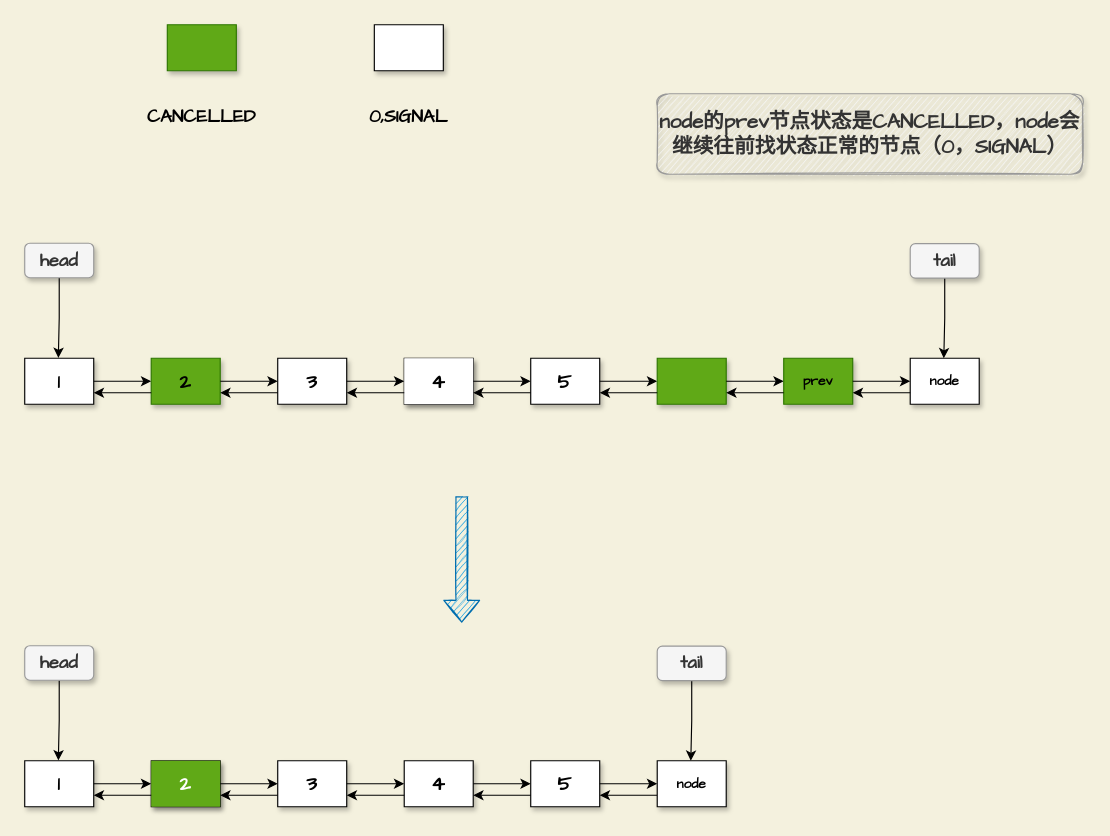
The draw.io diagram page "LOST-CANCELLED" (5 of 6) of thread/AQS-NEW.drawio in mydlxy/draw, before the edit. Source tidied: cells renumbered, new cells numbered last; positions are measured from the earlier drawing's top-left corner, leaving out a move shared by most shapes. Both pictures are drawn from the tidied source at 115%, with x=0, y=0 at pixel (24, 24).
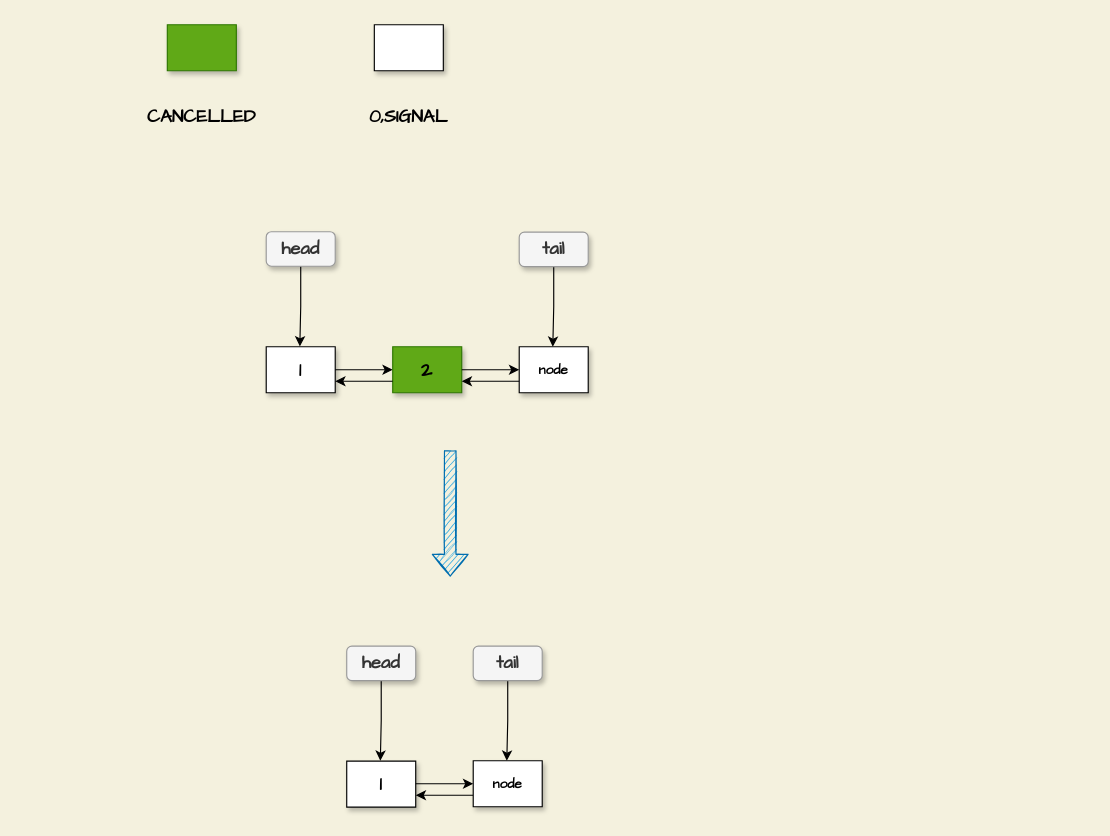
The same diagram, later.

The change refers to these unchanged cells:
```xml
<mxCell id="3" style="shape=tableRow;horizontal=0;startSize=0;swimlaneHead=0;swimlaneBody=0;top=0;left=0;bottom=0;right=0;fillColor=none;points=[[0,0.5],[1,0.5]];portConstraint=eastwest;shadow=1;" parent="2" vertex="1">
  <mxGeometry width="60" height="40" as="geometry" />
</mxCell>
<mxCell id="54" style="shape=tableRow;horizontal=0;startSize=0;swimlaneHead=0;swimlaneBody=0;top=0;left=0;bottom=0;right=0;fillColor=none;points=[[0,0.5],[1,0.5]];portConstraint=eastwest;shadow=1;" parent="53" vertex="1">
  <mxGeometry width="60" height="40" as="geometry" />
</mxCell>
```

Change to the diagram source:
```diff
@@
     <mxCell id="2" style="shape=table;startSize=0;childLayout=tableLayout;shadow=1;" parent="1" vertex="1">
-      <mxGeometry y="290" width="60" height="40" as="geometry" />
+      <mxGeometry x="210" y="280" width="60" height="40" as="geometry" />
     </mxCell>
@@
     <mxCell id="5" style="edgeStyle=orthogonalEdgeStyle;rounded=0;jettySize=auto;html=1;" parent="1" edge="1" source="3">
       <mxGeometry relative="1" as="geometry">
-        <mxPoint x="110" y="310" as="targetPoint" />
+        <mxPoint x="320" y="300" as="targetPoint" />
       </mxGeometry>
     </mxCell>
     <mxCell id="6" style="shape=table;startSize=0;childLayout=tableLayout;shadow=1;fillColor=#60a917;fontColor=#ffffff;strokeColor=#2D7600;" parent="1" vertex="1">
-      <mxGeometry x="110" y="290" width="60" height="40" as="geometry" />
+      <mxGeometry x="320" y="280" width="60" height="40" as="geometry" />
     </mxCell>
@@
     <mxCell id="9" style="edgeStyle=orthogonalEdgeStyle;rounded=0;orthogonalLoop=1;jettySize=auto;html=1;" parent="1" edge="1">
       <mxGeometry relative="1" as="geometry">
-        <mxPoint x="110" y="320" as="sourcePoint" />
-        <mxPoint x="60" y="320" as="targetPoint" />
+        <mxPoint x="320" y="310" as="sourcePoint" />
+        <mxPoint x="270" y="310" as="targetPoint" />
       </mxGeometry>
     </mxCell>
-    <mxCell id="10" style="edgeStyle=orthogonalEdgeStyle;rounded=0;orthogonalLoop=1;jettySize=auto;html=1;" parent="1" edge="1">
-      <mxGeometry relative="1" as="geometry">
-        <mxPoint x="170" y="310" as="sourcePoint" />
-        <mxPoint x="220" y="310" as="targetPoint" />
-      </mxGeometry>
-    </mxCell>
-    <mxCell id="11" style="shape=table;startSize=0;childLayout=tableLayout;shadow=1;" parent="1" vertex="1">
-      <mxGeometry x="220" y="290" width="60" height="40" as="geometry" />
-    </mxCell>
-    <mxCell id="12" style="shape=tableRow;horizontal=0;startSize=0;swimlaneHead=0;swimlaneBody=0;top=0;left=0;bottom=0;right=0;fillColor=none;shadow=1;" parent="11" vertex="1">
-      <mxGeometry width="60" height="40" as="geometry" />
-    </mxCell>
-    <mxCell id="13" value="&lt;font face=&quot;Comic Sans MS&quot; style=&quot;font-size: 18px;&quot;&gt;&lt;b&gt;3&lt;/b&gt;&lt;/font&gt;" style="shape=partialRectangle;html=1;whiteSpace=wrap;overflow=hidden;fillColor=none;top=0;left=0;bottom=0;right=0;shadow=1;" parent="12" vertex="1">
-      <mxGeometry width="60" height="40" as="geometry" />
-    </mxCell>
-    <mxCell id="14" style="edgeStyle=orthogonalEdgeStyle;rounded=0;orthogonalLoop=1;jettySize=auto;html=1;" parent="1" edge="1">
-      <mxGeometry relative="1" as="geometry">
-        <mxPoint x="220" y="320" as="sourcePoint" />
-        <mxPoint x="170" y="320" as="targetPoint" />
-      </mxGeometry>
-    </mxCell>
-    <mxCell id="15" style="edgeStyle=orthogonalEdgeStyle;rounded=0;orthogonalLoop=1;jettySize=auto;html=1;" parent="1" edge="1">
-      <mxGeometry relative="1" as="geometry">
-        <mxPoint x="280" y="310" as="sourcePoint" />
-        <mxPoint x="330" y="310" as="targetPoint" />
-      </mxGeometry>
-    </mxCell>
-    <mxCell id="16" style="shape=table;startSize=0;childLayout=tableLayout;shadow=1;" parent="1" vertex="1">
-      <mxGeometry x="330" y="290" width="60" height="40" as="geometry" />
-    </mxCell>
-    <mxCell id="17" style="shape=tableRow;horizontal=0;startSize=0;swimlaneHead=0;swimlaneBody=0;top=0;left=0;bottom=0;right=0;fillColor=none;shadow=1;" parent="16" vertex="1">
-      <mxGeometry width="60" height="40" as="geometry" />
-    </mxCell>
-    <mxCell id="18" value="&lt;b&gt;&lt;font style=&quot;font-size: 18px;&quot; face=&quot;Comic Sans MS&quot;&gt;4&lt;/font&gt;&lt;/b&gt;" style="shape=partialRectangle;html=1;whiteSpace=wrap;overflow=hidden;top=0;left=0;bottom=0;right=0;shadow=1;" parent="17" vertex="1">
-      <mxGeometry width="60" height="40" as="geometry" />
-    </mxCell>
-    <mxCell id="19" style="edgeStyle=orthogonalEdgeStyle;rounded=0;orthogonalLoop=1;jettySize=auto;html=1;" parent="1" edge="1">
-      <mxGeometry relative="1" as="geometry">
-        <mxPoint x="330" y="320" as="sourcePoint" />
-        <mxPoint x="280" y="320" as="targetPoint" />
-      </mxGeometry>
-    </mxCell>
-    <mxCell id="20" style="edgeStyle=orthogonalEdgeStyle;rounded=0;orthogonalLoop=1;jettySize=auto;html=1;" parent="1" edge="1">
-      <mxGeometry relative="1" as="geometry">
-        <mxPoint x="390" y="310" as="sourcePoint" />
-        <mxPoint x="440" y="310" as="targetPoint" />
-      </mxGeometry>
-    </mxCell>
-    <mxCell id="21" style="shape=table;startSize=0;childLayout=tableLayout;shadow=1;" parent="1" vertex="1">
-      <mxGeometry x="440" y="290" width="60" height="40" as="geometry" />
-    </mxCell>
-    <mxCell id="22" style="shape=tableRow;horizontal=0;startSize=0;swimlaneHead=0;swimlaneBody=0;top=0;left=0;bottom=0;right=0;fillColor=none;shadow=1;" parent="21" vertex="1">
-      <mxGeometry width="60" height="40" as="geometry" />
-    </mxCell>
-    <mxCell id="23" value="&lt;b&gt;&lt;font style=&quot;font-size: 18px;&quot; face=&quot;Comic Sans MS&quot;&gt;5&lt;/font&gt;&lt;/b&gt;" style="shape=partialRectangle;html=1;whiteSpace=wrap;overflow=hidden;fillColor=none;top=0;left=0;bottom=0;right=0;shadow=1;" parent="22" vertex="1">
-      <mxGeometry width="60" height="40" as="geometry" />
-    </mxCell>
-    <mxCell id="24" style="edgeStyle=orthogonalEdgeStyle;rounded=0;orthogonalLoop=1;jettySize=auto;html=1;" parent="1" edge="1">
-      <mxGeometry relative="1" as="geometry">
-        <mxPoint x="440" y="320" as="sourcePoint" />
-        <mxPoint x="390" y="320" as="targetPoint" />
-      </mxGeometry>
-    </mxCell>
-    <mxCell id="25" style="edgeStyle=orthogonalEdgeStyle;rounded=0;orthogonalLoop=1;jettySize=auto;html=1;" parent="1" edge="1">
-      <mxGeometry relative="1" as="geometry">
-        <mxPoint x="500" y="310" as="sourcePoint" />
-        <mxPoint x="550" y="310" as="targetPoint" />
-      </mxGeometry>
-    </mxCell>
-    <mxCell id="26" style="shape=table;startSize=0;childLayout=tableLayout;shadow=1;fillColor=#60a917;fontColor=#ffffff;strokeColor=#2D7600;" parent="1" vertex="1">
-      <mxGeometry x="550" y="290" width="60" height="40" as="geometry" />
-    </mxCell>
-    <mxCell id="27" style="shape=tableRow;horizontal=0;startSize=0;swimlaneHead=0;swimlaneBody=0;top=0;left=0;bottom=0;right=0;fillColor=none;shadow=1;" parent="26" vertex="1">
-      <mxGeometry width="60" height="40" as="geometry" />
-    </mxCell>
-    <mxCell id="28" style="shape=partialRectangle;html=1;whiteSpace=wrap;overflow=hidden;fillColor=none;top=0;left=0;bottom=0;right=0;shadow=1;" parent="27" vertex="1">
-      <mxGeometry width="60" height="40" as="geometry" />
-    </mxCell>
-    <mxCell id="29" style="edgeStyle=orthogonalEdgeStyle;rounded=0;orthogonalLoop=1;jettySize=auto;html=1;" parent="1" edge="1">
-      <mxGeometry relative="1" as="geometry">
-        <mxPoint x="550" y="320" as="sourcePoint" />
-        <mxPoint x="500" y="320" as="targetPoint" />
-      </mxGeometry>
-    </mxCell>
@@
     <mxCell id="31" value="&lt;font style=&quot;font-size: 16px;&quot; face=&quot;Comic Sans MS&quot;&gt;&lt;b&gt;head&lt;/b&gt;&lt;/font&gt;" style="text;html=1;strokeColor=#999999;fillColor=#f5f5f5;align=center;verticalAlign=middle;whiteSpace=wrap;rounded=1;shadow=1;fontColor=#333333;" parent="1" vertex="1">
-      <mxGeometry y="190" width="60" height="30" as="geometry" />
+      <mxGeometry x="210" y="180" width="60" height="30" as="geometry" />
     </mxCell>
     <mxCell id="32" style="edgeStyle=orthogonalEdgeStyle;rounded=0;jettySize=auto;html=1;entryX=0.487;entryY=-0.007;entryDx=0;entryDy=0;entryPerimeter=0;fontFamily=Comic Sans MS;fontSize=16;" parent="1" edge="1" source="33">
       <mxGeometry relative="1" as="geometry">
-        <mxPoint x="799.2" y="290" as="targetPoint" />
+        <mxPoint x="459.2" y="280" as="targetPoint" />
       </mxGeometry>
     </mxCell>
     <mxCell id="33" value="&lt;font style=&quot;font-size: 16px;&quot; face=&quot;Comic Sans MS&quot;&gt;&lt;b&gt;tail&lt;/b&gt;&lt;/font&gt;" style="text;html=1;strokeColor=#999999;fillColor=#f5f5f5;align=center;verticalAlign=middle;whiteSpace=wrap;rounded=1;shadow=1;fontColor=#333333;" parent="1" vertex="1">
-      <mxGeometry x="770" y="190.3" width="60" height="30" as="geometry" />
+      <mxGeometry x="430" y="180.3" width="60" height="30" as="geometry" />
     </mxCell>
-    <mxCell id="34" style="edgeStyle=orthogonalEdgeStyle;rounded=0;orthogonalLoop=1;jettySize=auto;html=1;" parent="1" edge="1">
-      <mxGeometry relative="1" as="geometry">
-        <mxPoint x="610" y="310" as="sourcePoint" />
-        <mxPoint x="660" y="310" as="targetPoint" />
-      </mxGeometry>
-    </mxCell>
-    <mxCell id="35" style="shape=table;startSize=0;childLayout=tableLayout;shadow=1;fillColor=#60a917;fontColor=#ffffff;strokeColor=#2D7600;" parent="1" vertex="1">
-      <mxGeometry x="660" y="290" width="60" height="40" as="geometry" />
-    </mxCell>
-    <mxCell id="36" style="shape=tableRow;horizontal=0;startSize=0;swimlaneHead=0;swimlaneBody=0;top=0;left=0;bottom=0;right=0;fillColor=none;shadow=1;" parent="35" vertex="1">
-      <mxGeometry width="60" height="40" as="geometry" />
-    </mxCell>
-    <mxCell id="37" value="&lt;font face=&quot;Comic Sans MS&quot;&gt;&lt;b&gt;prev&lt;/b&gt;&lt;/font&gt;" style="shape=partialRectangle;html=1;whiteSpace=wrap;overflow=hidden;fillColor=none;top=0;left=0;bottom=0;right=0;shadow=1;" parent="36" vertex="1">
-      <mxGeometry width="60" height="40" as="geometry" />
-    </mxCell>
-    <mxCell id="38" style="edgeStyle=orthogonalEdgeStyle;rounded=0;orthogonalLoop=1;jettySize=auto;html=1;" parent="1" edge="1">
-      <mxGeometry relative="1" as="geometry">
-        <mxPoint x="660" y="320" as="sourcePoint" />
-        <mxPoint x="610" y="320" as="targetPoint" />
-      </mxGeometry>
-    </mxCell>
     <mxCell id="39" style="edgeStyle=orthogonalEdgeStyle;rounded=0;orthogonalLoop=1;jettySize=auto;html=1;" parent="1" edge="1">
       <mxGeometry relative="1" as="geometry">
-        <mxPoint x="720" y="310" as="sourcePoint" />
-        <mxPoint x="770" y="310" as="targetPoint" />
+        <mxPoint x="380" y="300" as="sourcePoint" />
+        <mxPoint x="430" y="300" as="targetPoint" />
       </mxGeometry>
     </mxCell>
     <mxCell id="40" style="shape=table;startSize=0;childLayout=tableLayout;shadow=1;" parent="1" vertex="1">
-      <mxGeometry x="770" y="290" width="60" height="40" as="geometry" />
+      <mxGeometry x="430" y="280" width="60" height="40" as="geometry" />
     </mxCell>
@@
     <mxCell id="43" style="edgeStyle=orthogonalEdgeStyle;rounded=0;orthogonalLoop=1;jettySize=auto;html=1;" parent="1" edge="1">
       <mxGeometry relative="1" as="geometry">
-        <mxPoint x="770" y="320" as="sourcePoint" />
-        <mxPoint x="720" y="320" as="targetPoint" />
+        <mxPoint x="430" y="310" as="sourcePoint" />
+        <mxPoint x="380" y="310" as="targetPoint" />
       </mxGeometry>
     </mxCell>
@@
     <mxCell id="52" style="shape=flexArrow;endArrow=classic;html=1;rounded=0;fontFamily=Comic Sans MS;fontSize=16;fillColor=#1ba1e2;strokeColor=#006EAF;sketch=1;" parent="1" edge="1">
       <mxGeometry relative="1" as="geometry">
-        <mxPoint x="380" y="410" as="sourcePoint" />
-        <mxPoint x="380" y="520" as="targetPoint" />
+        <mxPoint x="370" y="370" as="sourcePoint" />
+        <mxPoint x="370" y="480" as="targetPoint" />
       </mxGeometry>
     </mxCell>
     <mxCell id="53" style="shape=table;startSize=0;childLayout=tableLayout;shadow=1;" parent="1" vertex="1">
-      <mxGeometry y="640" width="60" height="40" as="geometry" />
+      <mxGeometry x="280" y="640.3" width="60" height="40" as="geometry" />
     </mxCell>
@@
-    <mxCell id="56" style="edgeStyle=orthogonalEdgeStyle;rounded=0;jettySize=auto;html=1;" parent="1" edge="1" source="54">
-      <mxGeometry relative="1" as="geometry">
-        <mxPoint x="110" y="660" as="targetPoint" />
-      </mxGeometry>
-    </mxCell>
-    <mxCell id="57" style="shape=table;startSize=0;childLayout=tableLayout;shadow=1;" parent="1" vertex="1">
-      <mxGeometry x="110" y="640" width="60" height="40" as="geometry" />
-    </mxCell>
-    <mxCell id="58" style="shape=tableRow;horizontal=0;startSize=0;swimlaneHead=0;swimlaneBody=0;top=0;left=0;bottom=0;right=0;fillColor=none;shadow=1;" parent="57" vertex="1">
-      <mxGeometry width="60" height="40" as="geometry" />
-    </mxCell>
-    <mxCell id="59" value="&lt;font face=&quot;Comic Sans MS&quot; style=&quot;font-size: 18px;&quot;&gt;&lt;b&gt;2&lt;/b&gt;&lt;/font&gt;" style="shape=partialRectangle;html=1;whiteSpace=wrap;overflow=hidden;fillColor=#60a917;top=0;left=0;bottom=0;right=0;shadow=1;fontColor=#ffffff;strokeColor=#2D7600;" parent="58" vertex="1">
-      <mxGeometry width="60" height="40" as="geometry" />
-    </mxCell>
-    <mxCell id="60" style="edgeStyle=orthogonalEdgeStyle;rounded=0;orthogonalLoop=1;jettySize=auto;html=1;" parent="1" edge="1">
-      <mxGeometry relative="1" as="geometry">
-        <mxPoint x="110" y="670" as="sourcePoint" />
-        <mxPoint x="60" y="670" as="targetPoint" />
-      </mxGeometry>
-    </mxCell>
-    <mxCell id="61" style="edgeStyle=orthogonalEdgeStyle;rounded=0;orthogonalLoop=1;jettySize=auto;html=1;" parent="1" edge="1">
-      <mxGeometry relative="1" as="geometry">
-        <mxPoint x="170" y="660" as="sourcePoint" />
-        <mxPoint x="220" y="660" as="targetPoint" />
-      </mxGeometry>
-    </mxCell>
-    <mxCell id="62" style="shape=table;startSize=0;childLayout=tableLayout;shadow=1;" parent="1" vertex="1">
-      <mxGeometry x="220" y="640" width="60" height="40" as="geometry" />
-    </mxCell>
-    <mxCell id="63" style="shape=tableRow;horizontal=0;startSize=0;swimlaneHead=0;swimlaneBody=0;top=0;left=0;bottom=0;right=0;fillColor=none;shadow=1;" parent="62" vertex="1">
-      <mxGeometry width="60" height="40" as="geometry" />
-    </mxCell>
-    <mxCell id="64" value="&lt;b&gt;&lt;font face=&quot;Comic Sans MS&quot; style=&quot;font-size: 18px;&quot;&gt;3&lt;/font&gt;&lt;/b&gt;" style="shape=partialRectangle;html=1;whiteSpace=wrap;overflow=hidden;fillColor=none;top=0;left=0;bottom=0;right=0;shadow=1;" parent="63" vertex="1">
-      <mxGeometry width="60" height="40" as="geometry" />
-    </mxCell>
-    <mxCell id="65" style="edgeStyle=orthogonalEdgeStyle;rounded=0;orthogonalLoop=1;jettySize=auto;html=1;" parent="1" edge="1">
-      <mxGeometry relative="1" as="geometry">
-        <mxPoint x="220" y="670" as="sourcePoint" />
-        <mxPoint x="170" y="670" as="targetPoint" />
-      </mxGeometry>
-    </mxCell>
-    <mxCell id="66" style="edgeStyle=orthogonalEdgeStyle;rounded=0;orthogonalLoop=1;jettySize=auto;html=1;" parent="1" edge="1">
-      <mxGeometry relative="1" as="geometry">
-        <mxPoint x="280" y="660" as="sourcePoint" />
-        <mxPoint x="330" y="660" as="targetPoint" />
-      </mxGeometry>
-    </mxCell>
-    <mxCell id="67" style="shape=table;startSize=0;childLayout=tableLayout;shadow=1;" parent="1" vertex="1">
-      <mxGeometry x="330" y="640" width="60" height="40" as="geometry" />
-    </mxCell>
-    <mxCell id="68" style="shape=tableRow;horizontal=0;startSize=0;swimlaneHead=0;swimlaneBody=0;top=0;left=0;bottom=0;right=0;fillColor=none;shadow=1;" parent="67" vertex="1">
-      <mxGeometry width="60" height="40" as="geometry" />
-    </mxCell>
-    <mxCell id="69" value="&lt;b&gt;&lt;font style=&quot;font-size: 18px;&quot; face=&quot;Comic Sans MS&quot;&gt;4&lt;/font&gt;&lt;/b&gt;" style="shape=partialRectangle;html=1;whiteSpace=wrap;overflow=hidden;fillColor=none;top=0;left=0;bottom=0;right=0;shadow=1;" parent="68" vertex="1">
-      <mxGeometry width="60" height="40" as="geometry" />
-    </mxCell>
-    <mxCell id="70" style="edgeStyle=orthogonalEdgeStyle;rounded=0;orthogonalLoop=1;jettySize=auto;html=1;" parent="1" edge="1">
-      <mxGeometry relative="1" as="geometry">
-        <mxPoint x="330" y="670" as="sourcePoint" />
-        <mxPoint x="280" y="670" as="targetPoint" />
-      </mxGeometry>
-    </mxCell>
-    <mxCell id="71" style="edgeStyle=orthogonalEdgeStyle;rounded=0;orthogonalLoop=1;jettySize=auto;html=1;" parent="1" edge="1">
-      <mxGeometry relative="1" as="geometry">
-        <mxPoint x="390" y="660" as="sourcePoint" />
-        <mxPoint x="440" y="660" as="targetPoint" />
-      </mxGeometry>
-    </mxCell>
-    <mxCell id="72" style="shape=table;startSize=0;childLayout=tableLayout;shadow=1;" parent="1" vertex="1">
-      <mxGeometry x="440" y="640" width="60" height="40" as="geometry" />
-    </mxCell>
-    <mxCell id="73" style="shape=tableRow;horizontal=0;startSize=0;swimlaneHead=0;swimlaneBody=0;top=0;left=0;bottom=0;right=0;fillColor=none;shadow=1;" parent="72" vertex="1">
-      <mxGeometry width="60" height="40" as="geometry" />
-    </mxCell>
-    <mxCell id="74" value="&lt;b&gt;&lt;font style=&quot;font-size: 18px;&quot; face=&quot;Comic Sans MS&quot;&gt;5&lt;/font&gt;&lt;/b&gt;" style="shape=partialRectangle;html=1;whiteSpace=wrap;overflow=hidden;fillColor=none;top=0;left=0;bottom=0;right=0;shadow=1;" parent="73" vertex="1">
-      <mxGeometry width="60" height="40" as="geometry" />
-    </mxCell>
-    <mxCell id="75" style="edgeStyle=orthogonalEdgeStyle;rounded=0;orthogonalLoop=1;jettySize=auto;html=1;" parent="1" edge="1">
-      <mxGeometry relative="1" as="geometry">
-        <mxPoint x="440" y="670" as="sourcePoint" />
-        <mxPoint x="390" y="670" as="targetPoint" />
-      </mxGeometry>
-    </mxCell>
     <mxCell id="76" style="edgeStyle=orthogonalEdgeStyle;rounded=0;orthogonalLoop=1;jettySize=auto;html=1;" parent="1" edge="1">
       <mxGeometry relative="1" as="geometry">
-        <mxPoint x="500" y="660" as="sourcePoint" />
-        <mxPoint x="550" y="660" as="targetPoint" />
+        <mxPoint x="340" y="660" as="sourcePoint" />
+        <mxPoint x="390" y="660" as="targetPoint" />
       </mxGeometry>
     </mxCell>
     <mxCell id="77" style="edgeStyle=orthogonalEdgeStyle;rounded=0;orthogonalLoop=1;jettySize=auto;html=1;" parent="1" edge="1">
       <mxGeometry relative="1" as="geometry">
-        <mxPoint x="550" y="670" as="sourcePoint" />
-        <mxPoint x="500" y="670" as="targetPoint" />
+        <mxPoint x="390" y="670" as="sourcePoint" />
+        <mxPoint x="340" y="670" as="targetPoint" />
       </mxGeometry>
     </mxCell>
@@
     <mxCell id="79" value="&lt;font style=&quot;font-size: 16px;&quot; face=&quot;Comic Sans MS&quot;&gt;&lt;b&gt;head&lt;/b&gt;&lt;/font&gt;" style="text;html=1;strokeColor=#999999;fillColor=#f5f5f5;align=center;verticalAlign=middle;whiteSpace=wrap;rounded=1;shadow=1;fontColor=#333333;" parent="1" vertex="1">
-      <mxGeometry y="540" width="60" height="30" as="geometry" />
+      <mxGeometry x="280" y="540.3" width="60" height="30" as="geometry" />
     </mxCell>
     <mxCell id="80" style="edgeStyle=orthogonalEdgeStyle;rounded=0;jettySize=auto;html=1;entryX=0.487;entryY=-0.007;entryDx=0;entryDy=0;entryPerimeter=0;fontFamily=Comic Sans MS;fontSize=16;" parent="1" edge="1" source="81">
       <mxGeometry relative="1" as="geometry">
-        <mxPoint x="579.2" y="640" as="targetPoint" />
+        <mxPoint x="419.2" y="640" as="targetPoint" />
       </mxGeometry>
     </mxCell>
     <mxCell id="81" value="&lt;font style=&quot;font-size: 16px;&quot; face=&quot;Comic Sans MS&quot;&gt;&lt;b&gt;tail&lt;/b&gt;&lt;/font&gt;" style="text;html=1;strokeColor=#999999;fillColor=#f5f5f5;align=center;verticalAlign=middle;whiteSpace=wrap;rounded=1;shadow=1;fontColor=#333333;" parent="1" vertex="1">
-      <mxGeometry x="550" y="540.3" width="60" height="30" as="geometry" />
+      <mxGeometry x="390" y="540.3" width="60" height="30" as="geometry" />
     </mxCell>
     <mxCell id="82" style="shape=table;startSize=0;childLayout=tableLayout;shadow=1;" parent="1" vertex="1">
-      <mxGeometry x="550" y="640" width="60" height="40" as="geometry" />
+      <mxGeometry x="390" y="640" width="60" height="40" as="geometry" />
     </mxCell>
@@
-    <mxCell id="85" value="&lt;font style=&quot;font-size: 18px;&quot;&gt;&lt;b&gt;node的prev节点状态是CANCELLED，node会继续往前找状态正常的节点（0，SIGNAL）&lt;/b&gt;&lt;/font&gt;" style="rounded=1;whiteSpace=wrap;html=1;sketch=1;fontFamily=Comic Sans MS;fontColor=#333333;strokeColor=#999999;fillColor=#f5f5f5;shadow=1;" parent="1" vertex="1">
-      <mxGeometry x="550" y="60" width="370" height="70" as="geometry" />
-    </mxCell>
```
